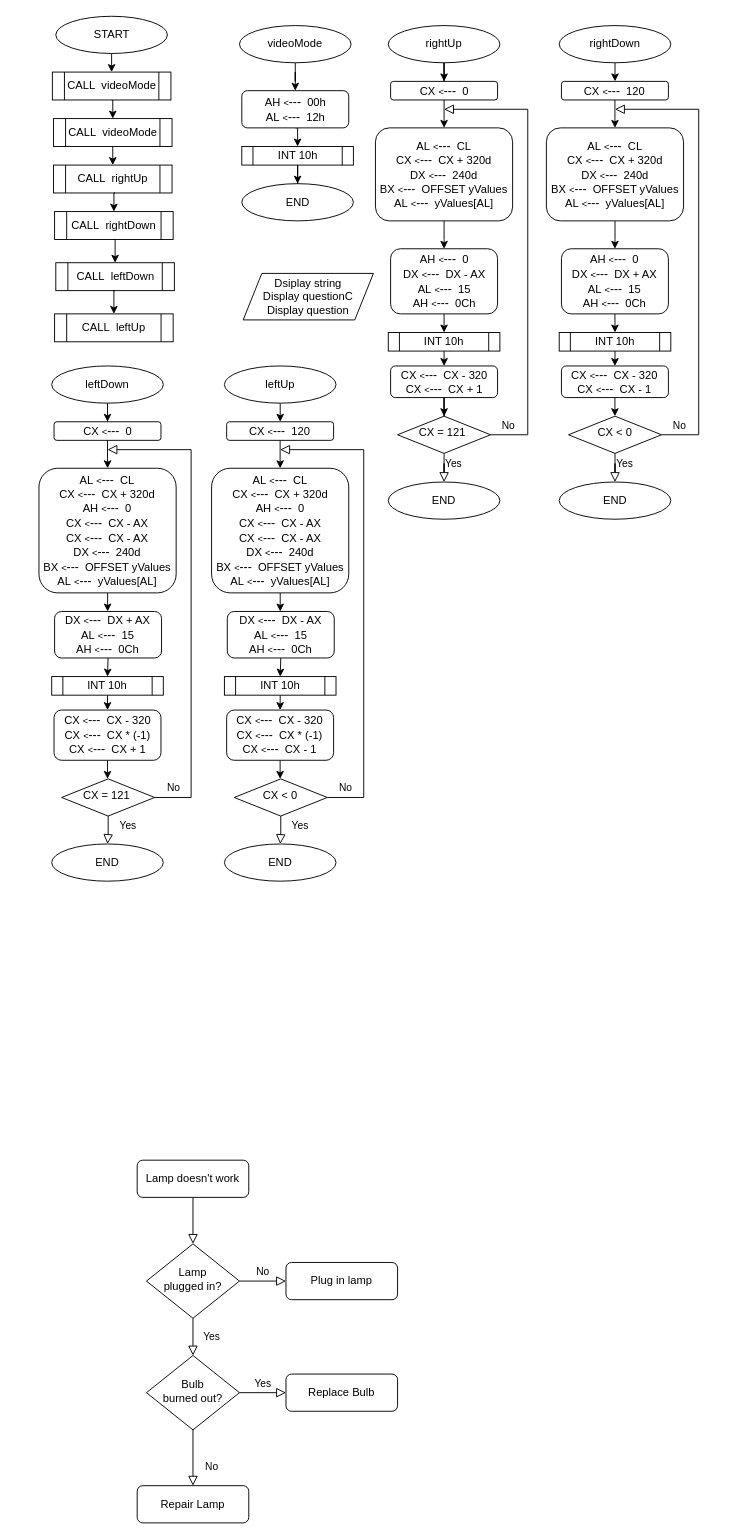
The draw.io diagram micro_mt2_2.drawio in mmuurraatt/My-Projects-On-Github, before the edit. Source tidied: cells renumbered, new cells numbered last; positions are measured from the earlier drawing's top-left corner, leaving out a move shared by most shapes. Both pictures are drawn from the tidied source at 93%, with x=0, y=0 at pixel (38, 16).
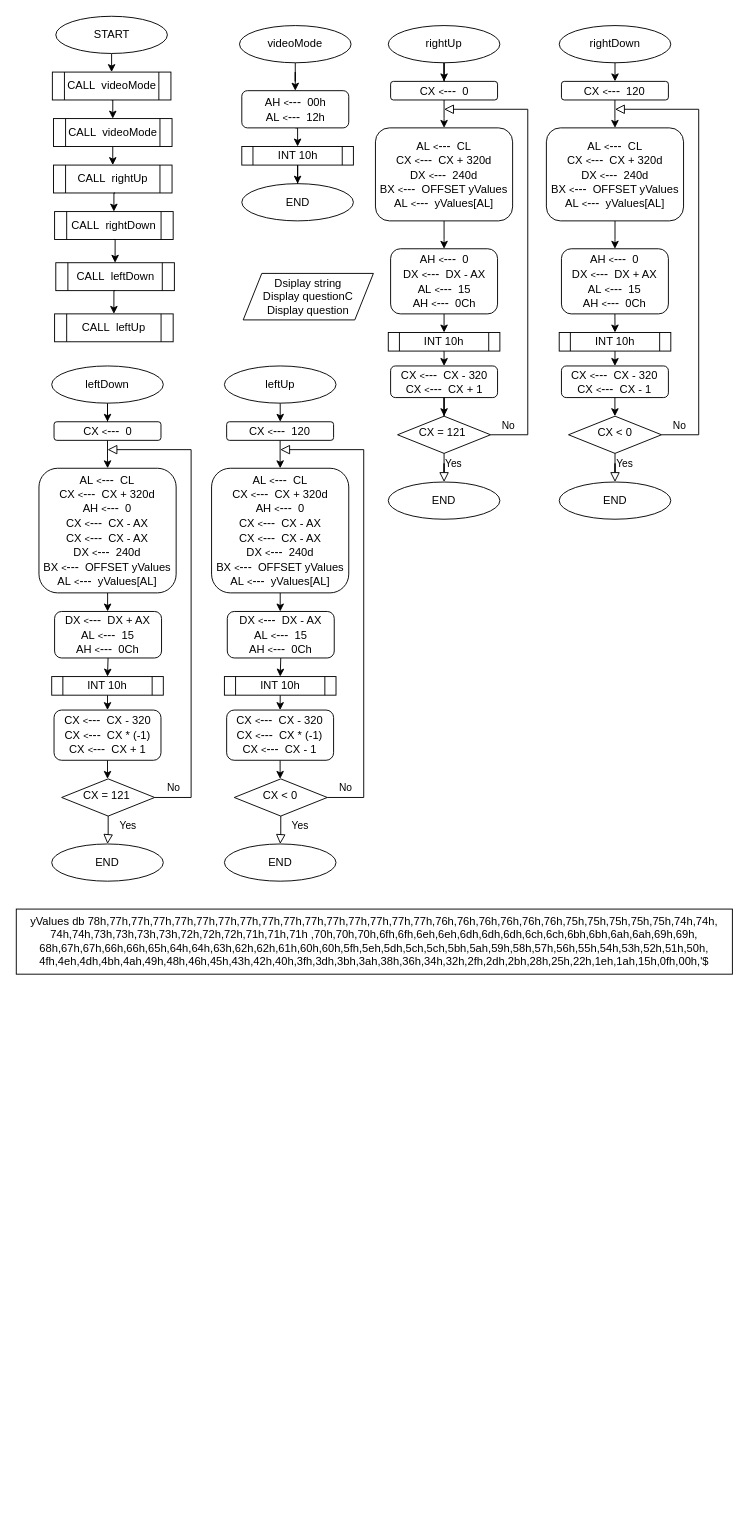
The same page after the edit.

Change to the diagram source:
```diff
@@
-    <mxCell id="2" style="rounded=0;html=1;jettySize=auto;fontSize=11;endArrow=block;endFill=0;endSize=8;strokeWidth=1;shadow=0;labelBackgroundColor=none;edgeStyle=orthogonalEdgeStyle;" parent="1" edge="1" source="3" target="6">
-      <mxGeometry relative="1" as="geometry" />
-    </mxCell>
-    <mxCell id="3" value="Lamp doesn't work" style="rounded=1;whiteSpace=wrap;html=1;fontSize=12;glass=0;strokeWidth=1;shadow=0;" parent="1" vertex="1">
-      <mxGeometry x="106" y="1230" width="120" height="40" as="geometry" />
-    </mxCell>
-    <mxCell id="4" value="Yes" style="rounded=0;html=1;jettySize=auto;fontSize=11;endArrow=block;endFill=0;endSize=8;strokeWidth=1;shadow=0;labelBackgroundColor=none;edgeStyle=orthogonalEdgeStyle;" parent="1" edge="1" source="6" target="10">
-      <mxGeometry y="20" relative="1" as="geometry" />
-    </mxCell>
-    <mxCell id="5" value="No" style="edgeStyle=orthogonalEdgeStyle;rounded=0;html=1;jettySize=auto;fontSize=11;endArrow=block;endFill=0;endSize=8;strokeWidth=1;shadow=0;labelBackgroundColor=none;" parent="1" edge="1" source="6" target="7">
-      <mxGeometry y="10" relative="1" as="geometry" />
-    </mxCell>
-    <mxCell id="6" value="Lamp&lt;br&gt;plugged in?" style="rhombus;whiteSpace=wrap;html=1;shadow=0;fontFamily=Helvetica;fontSize=12;align=center;strokeWidth=1;spacing=6;spacingTop=-4;" parent="1" vertex="1">
-      <mxGeometry x="116" y="1320" width="100" height="80" as="geometry" />
-    </mxCell>
-    <mxCell id="7" value="Plug in lamp" style="rounded=1;whiteSpace=wrap;html=1;fontSize=12;glass=0;strokeWidth=1;shadow=0;" parent="1" vertex="1">
-      <mxGeometry x="266" y="1340" width="120" height="40" as="geometry" />
-    </mxCell>
-    <mxCell id="8" value="No" style="rounded=0;html=1;jettySize=auto;fontSize=11;endArrow=block;endFill=0;endSize=8;strokeWidth=1;shadow=0;labelBackgroundColor=none;edgeStyle=orthogonalEdgeStyle;" parent="1" edge="1" source="10" target="11">
-      <mxGeometry x="0.33" y="20" relative="1" as="geometry" />
-    </mxCell>
-    <mxCell id="9" value="Yes" style="edgeStyle=orthogonalEdgeStyle;rounded=0;html=1;jettySize=auto;fontSize=11;endArrow=block;endFill=0;endSize=8;strokeWidth=1;shadow=0;labelBackgroundColor=none;" parent="1" edge="1" source="10" target="12">
-      <mxGeometry y="10" relative="1" as="geometry" />
-    </mxCell>
-    <mxCell id="10" value="Bulb&lt;br&gt;burned out?" style="rhombus;whiteSpace=wrap;html=1;shadow=0;fontFamily=Helvetica;fontSize=12;align=center;strokeWidth=1;spacing=6;spacingTop=-4;" parent="1" vertex="1">
-      <mxGeometry x="116" y="1440" width="100" height="80" as="geometry" />
-    </mxCell>
-    <mxCell id="11" value="Repair Lamp" style="rounded=1;whiteSpace=wrap;html=1;fontSize=12;glass=0;strokeWidth=1;shadow=0;" parent="1" vertex="1">
-      <mxGeometry x="106" y="1580" width="120" height="40" as="geometry" />
-    </mxCell>
-    <mxCell id="12" value="Replace Bulb" style="rounded=1;whiteSpace=wrap;html=1;fontSize=12;glass=0;strokeWidth=1;shadow=0;" parent="1" vertex="1">
-      <mxGeometry x="266" y="1460" width="120" height="40" as="geometry" />
-    </mxCell>
@@
+    <mxCell id="98" value="yValues db&amp;nbsp;78h,77h,77h,77h,77h,77h,77h,77h,77h,77h,77h,77h,77h,77h,77h,77h,76h,76h,76h,76h,76h,76h,75h,75h,75h,75h,75h,74h,74h,&lt;br&gt;74h,74h,73h,73h,73h,73h,72h,72h,72h,71h,71h,71h&amp;nbsp;,70h,70h,70h,6fh,6fh,6eh,6eh,6dh,6dh,6dh,6ch,6ch,6bh,6bh,6ah,6ah,69h,69h,&lt;br&gt;68h,67h,67h,66h,66h,65h,64h,64h,63h,62h,62h,61h,60h,60h,5fh,5eh,5dh,5ch,5ch,5bh,5ah,59h,58h,57h,56h,55h,54h,53h,52h,51h,50h,&lt;br&gt;4fh,4eh,4dh,4bh,4ah,49h,48h,46h,45h,43h,42h,40h,3fh,3dh,3bh,3ah,38h,36h,34h,32h,2fh,2dh,2bh,28h,25h,22h,1eh,1ah,15h,0fh,00h,'$" style="rounded=0;whiteSpace=wrap;html=1;" parent="1" vertex="1">
+      <mxGeometry x="-24" y="960" width="770" height="70" as="geometry" />
+    </mxCell>
```
